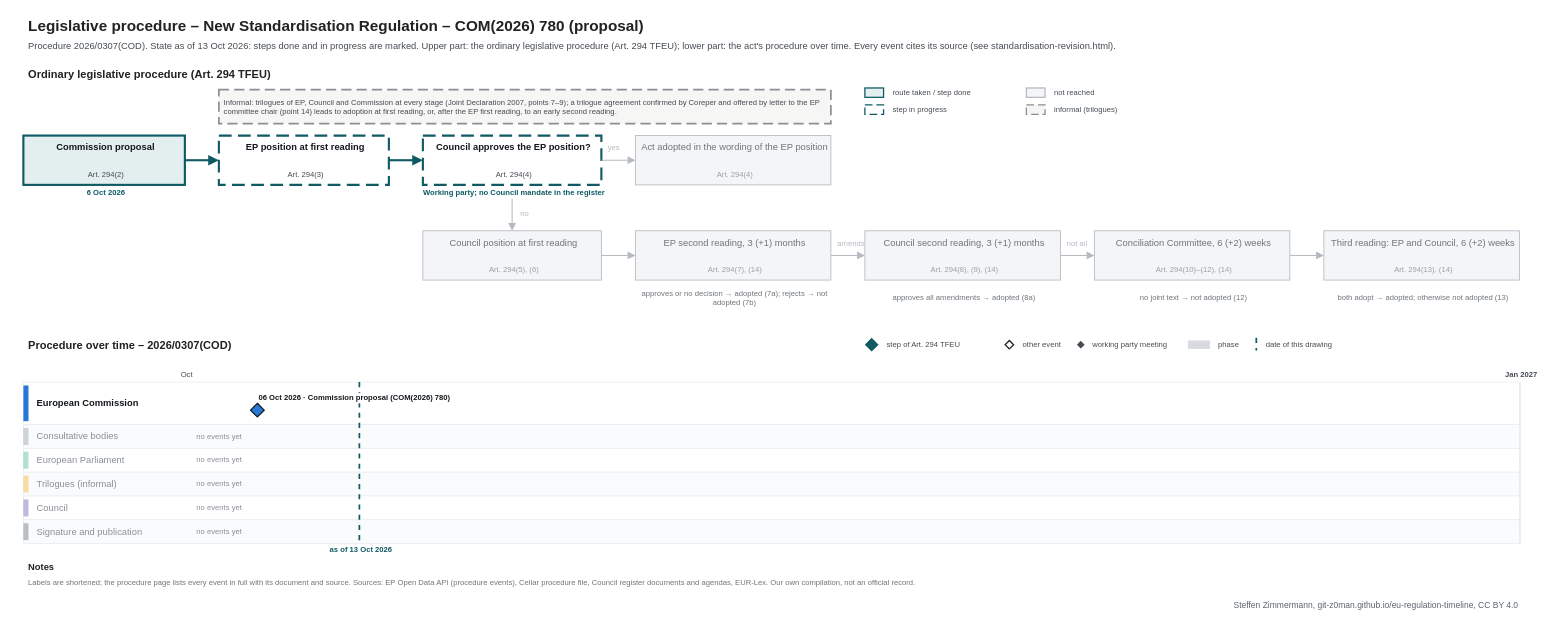
Before: procedures/standardisation-revision.drawio in git-z0man/eu-regulation-timeline, a draw.io diagram. Source tidied: cells renumbered, new cells numbered last; positions are measured from the earlier drawing's top-left corner, leaving out a move shared by most shapes. Both pictures are drawn from the tidied source at 85%, with x=0, y=0 at pixel (14, 14).
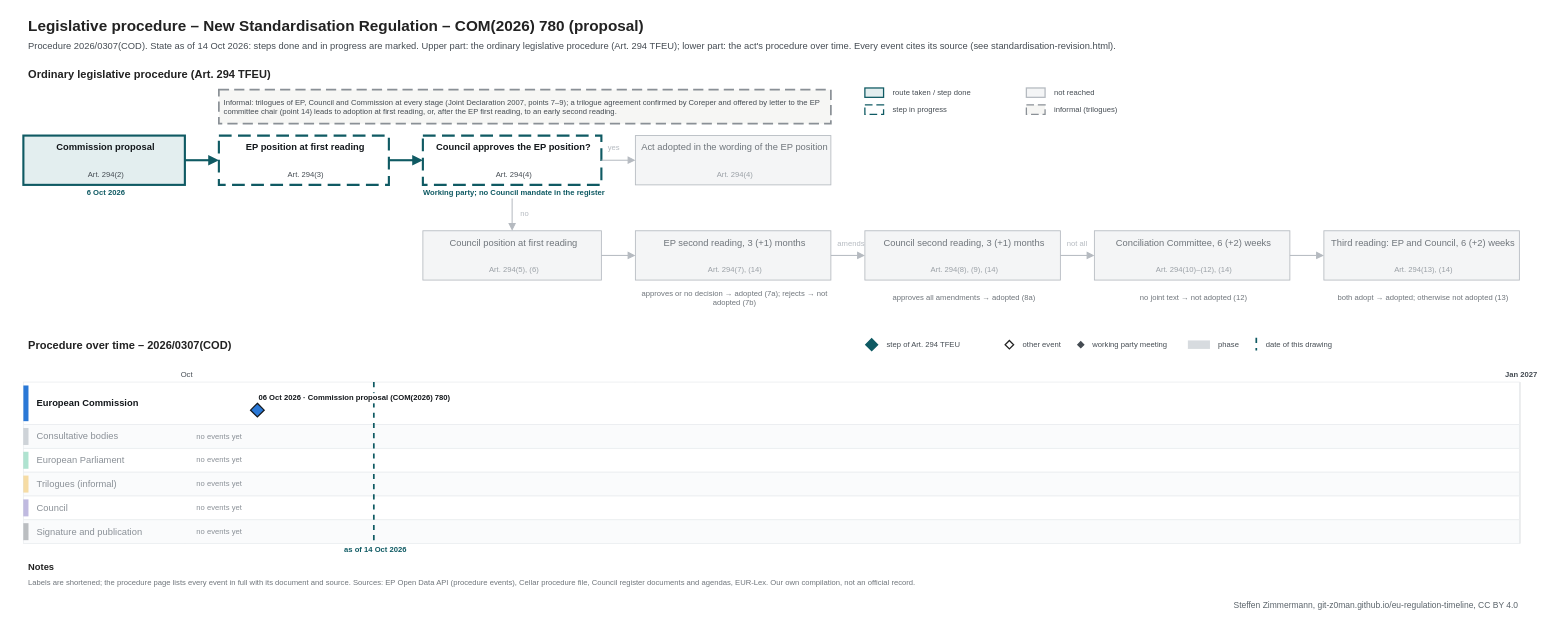
Above is the later version.

Diff of the diagram source:
```diff
@@
-    <mxCell id="3" value="Procedure 2026/0307(COD). State as of 13 Oct 2026: steps done and in progress are marked. Upper part: the ordinary legislative procedure (Art. 294 TFEU); lower part: the act's procedure over time. Every event cites its source (see standardisation-revision.html)." style="text;html=1;fontSize=11;fontColor=#454c53;align=left;verticalAlign=middle;spacingLeft=4;" parent="1" vertex="1">
+    <mxCell id="3" value="Procedure 2026/0307(COD). State as of 14 Oct 2026: steps done and in progress are marked. Upper part: the ordinary legislative procedure (Art. 294 TFEU); lower part: the act's procedure over time. Every event cites its source (see standardisation-revision.html)." style="text;html=1;fontSize=11;fontColor=#454c53;align=left;verticalAlign=middle;spacingLeft=4;" parent="1" vertex="1">
       <mxGeometry x="10" y="28" width="1700" height="18" as="geometry" />
     </mxCell>
@@
     <mxCell id="100" style="line;html=1;strokeWidth=2;strokeColor=#0f5a63;direction=south;dashed=1;" parent="1" vertex="1">
-      <mxGeometry x="404.8" y="432" width="1" height="190" as="geometry" />
+      <mxGeometry x="421.8" y="432" width="1" height="190" as="geometry" />
     </mxCell>
-    <mxCell id="101" value="as of 13 Oct 2026" style="text;html=1;fontSize=9;fontColor=#0f5a63;align=center;verticalAlign=middle;spacingLeft=4;fontStyle=1;" parent="1" vertex="1">
-      <mxGeometry x="344.8" y="623" width="120" height="12" as="geometry" />
+    <mxCell id="101" value="as of 14 Oct 2026" style="text;html=1;fontSize=9;fontColor=#0f5a63;align=center;verticalAlign=middle;spacingLeft=4;fontStyle=1;" parent="1" vertex="1">
+      <mxGeometry x="361.8" y="623" width="120" height="12" as="geometry" />
     </mxCell>
```
